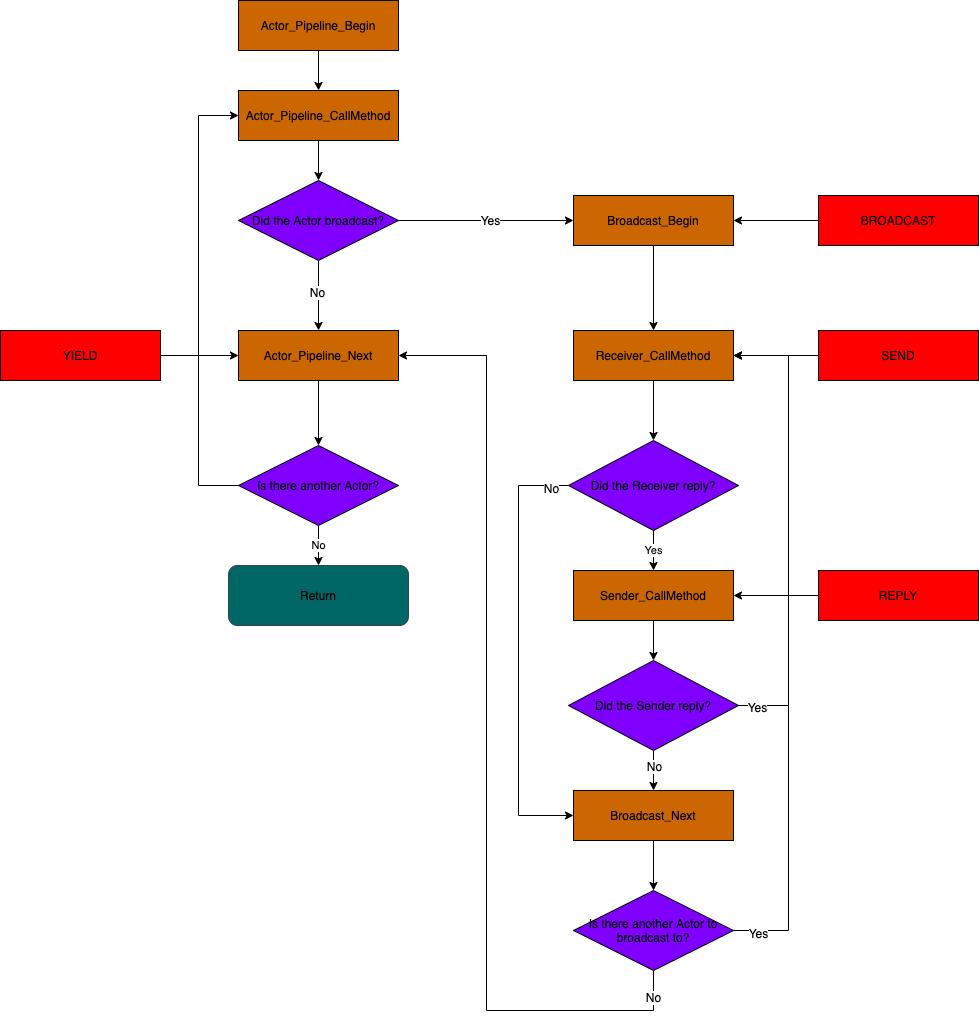
ploe/pulp keeps this draw.io diagram as docs/engine/actor-pipeline-method.png. Above is the earlier version. Source tidied: cells renumbered, new cells last; positions are measured from the earlier drawing's top-left corner, leaving out a move shared by most shapes.
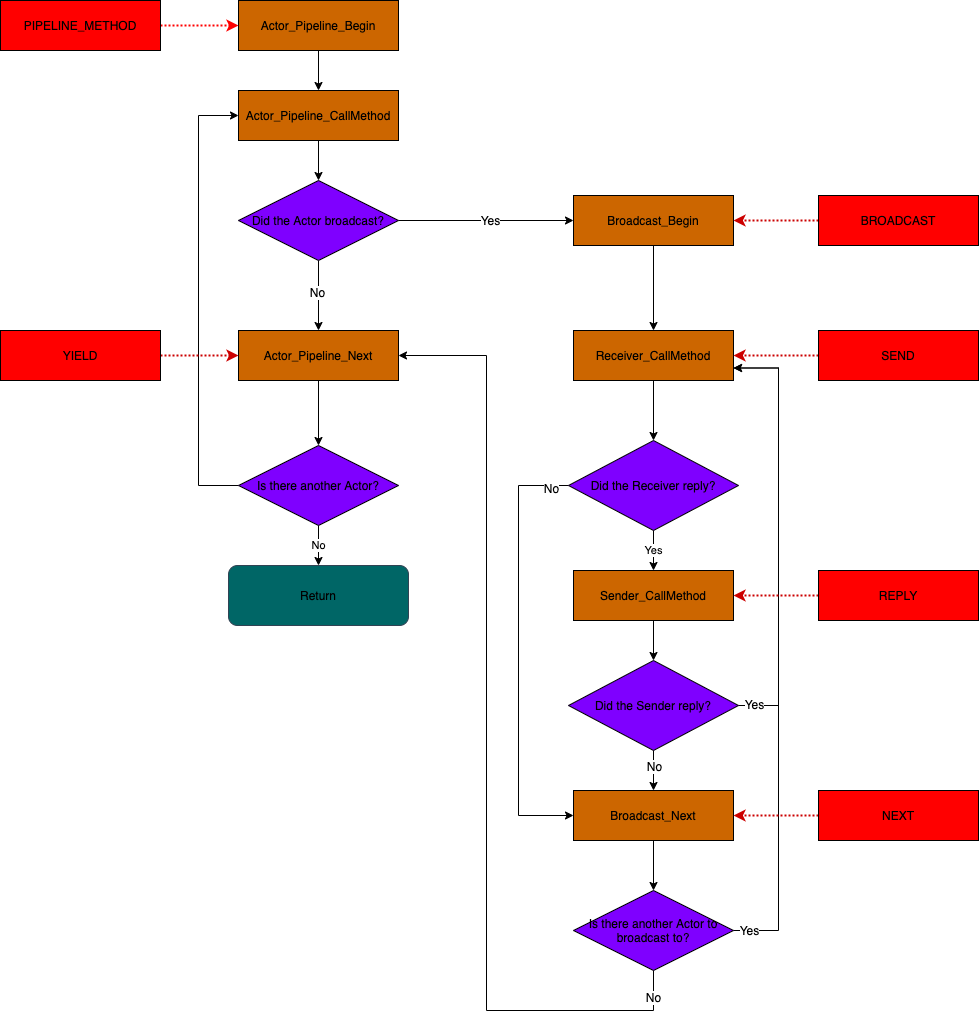
Above is the later version.

Commit message:
[WIP] Added NEXT/PIPELINE_METHOD boxes to diagram

What changed in the source:
```diff
@@ -87,23 +87,23 @@
     <mxCell id="26" value="Sender_CallMethod" style="rounded=0;whiteSpace=wrap;html=1;fillColor=#CC6600;" parent="1" vertex="1">
       <mxGeometry x="573" y="570" width="160" height="50" as="geometry" />
     </mxCell>
-    <mxCell id="27" style="edgeStyle=orthogonalEdgeStyle;rounded=0;jettySize=auto;html=1;exitX=1;exitY=0.5;exitDx=0;exitDy=0;entryX=1;entryY=0.5;entryDx=0;entryDy=0;fontColor=#000000;" parent="1" edge="1" source="31" target="20">
-      <mxGeometry relative="1" as="geometry">
-        <Array as="points">
-          <mxPoint x="788" y="705" />
-          <mxPoint x="788" y="355" />
-        </Array>
-      </mxGeometry>
-    </mxCell>
-    <mxCell id="28" value="Yes" style="text;html=1;align=center;verticalAlign=middle;labelBackgroundColor=#ffffff;fontColor=#000000;" parent="27" vertex="1">
-      <mxGeometry x="-0.92" y="-1" relative="1" as="geometry" />
-    </mxCell>
     <mxCell id="29" style="edgeStyle=orthogonalEdgeStyle;rounded=0;jettySize=auto;html=1;exitX=0.5;exitY=1;exitDx=0;exitDy=0;entryX=0.5;entryY=0;entryDx=0;entryDy=0;fontColor=#000000;" parent="1" edge="1" source="31" target="33">
       <mxGeometry relative="1" as="geometry" />
     </mxCell>
     <mxCell id="30" value="No" style="text;html=1;align=center;verticalAlign=middle;labelBackgroundColor=#ffffff;fontColor=#000000;" parent="29" vertex="1">
       <mxGeometry x="-0.25" relative="1" as="geometry" />
     </mxCell>
+    <mxCell id="27" style="edgeStyle=orthogonalEdgeStyle;rounded=0;jettySize=auto;html=1;exitX=1;exitY=0.5;exitDx=0;exitDy=0;entryX=1;entryY=0.75;entryDx=0;entryDy=0;strokeColor=#000000;strokeWidth=1;" parent="1" edge="1" source="31" target="20">
+      <mxGeometry relative="1" as="geometry">
+        <Array as="points">
+          <mxPoint x="778" y="705" />
+          <mxPoint x="778" y="368" />
+        </Array>
+      </mxGeometry>
+    </mxCell>
+    <mxCell id="47" value="Yes" style="text;html=1;align=center;verticalAlign=middle;labelBackgroundColor=#ffffff;" parent="27" vertex="1">
+      <mxGeometry x="-0.93" y="2" relative="1" as="geometry" />
+    </mxCell>
     <mxCell id="31" value="Did the Sender reply?" style="rhombus;whiteSpace=wrap;html=1;fillColor=#7F00FF;" parent="1" vertex="1">
       <mxGeometry x="568" y="660" width="170" height="90" as="geometry" />
     </mxCell>
@@ -125,43 +125,55 @@
     <mxCell id="35" value="No" style="text;html=1;align=center;verticalAlign=middle;labelBackgroundColor=#ffffff;fontColor=#000000;" parent="34" vertex="1">
       <mxGeometry x="-0.95" y="-1" relative="1" as="geometry" />
     </mxCell>
-    <mxCell id="36" style="edgeStyle=orthogonalEdgeStyle;rounded=0;jettySize=auto;html=1;exitX=1;exitY=0.5;exitDx=0;exitDy=0;entryX=1;entryY=0.5;entryDx=0;entryDy=0;fontColor=#000000;" parent="1" edge="1" source="38" target="20">
+    <mxCell id="36" style="edgeStyle=orthogonalEdgeStyle;rounded=0;jettySize=auto;html=1;exitX=1;exitY=0.5;exitDx=0;exitDy=0;entryX=1;entryY=0.75;entryDx=0;entryDy=0;strokeColor=#000000;strokeWidth=1;" parent="1" edge="1" source="38" target="20">
       <mxGeometry relative="1" as="geometry">
         <Array as="points">
-          <mxPoint x="788" y="930" />
-          <mxPoint x="788" y="355" />
+          <mxPoint x="778" y="930" />
+          <mxPoint x="778" y="368" />
         </Array>
       </mxGeometry>
     </mxCell>
-    <mxCell id="37" value="Yes" style="text;html=1;align=center;verticalAlign=middle;labelBackgroundColor=#ffffff;fontColor=#000000;" parent="36" vertex="1">
-      <mxGeometry x="-0.93" y="-2" relative="1" as="geometry" />
-    </mxCell>
+    <mxCell id="48" value="Yes" style="text;html=1;align=center;verticalAlign=middle;labelBackgroundColor=#ffffff;" parent="36" vertex="1">
+      <mxGeometry x="-0.95" y="1" relative="1" as="geometry" />
+    </mxCell>
     <mxCell id="38" value="Is there another Actor to broadcast to?" style="rhombus;whiteSpace=wrap;html=1;fillColor=#7F00FF;" parent="1" vertex="1">
       <mxGeometry x="573" y="890" width="160" height="80" as="geometry" />
     </mxCell>
-    <mxCell id="39" style="edgeStyle=orthogonalEdgeStyle;rounded=0;jettySize=auto;html=1;exitX=1;exitY=0.5;exitDx=0;exitDy=0;entryX=0;entryY=0.5;entryDx=0;entryDy=0;" parent="1" edge="1" source="40" target="7">
+    <mxCell id="39" style="edgeStyle=orthogonalEdgeStyle;rounded=0;jettySize=auto;html=1;exitX=1;exitY=0.5;exitDx=0;exitDy=0;entryX=0;entryY=0.5;entryDx=0;entryDy=0;strokeWidth=2;dashed=1;dashPattern=1 1;strokeColor=#CC0000;" parent="1" edge="1" source="40" target="7">
       <mxGeometry relative="1" as="geometry" />
     </mxCell>
     <mxCell id="40" value="YIELD" style="rounded=0;whiteSpace=wrap;html=1;fillColor=#FF0000;" parent="1" vertex="1">
       <mxGeometry y="330" width="160" height="50" as="geometry" />
     </mxCell>
-    <mxCell id="41" style="edgeStyle=orthogonalEdgeStyle;rounded=0;jettySize=auto;html=1;exitX=0;exitY=0.5;exitDx=0;exitDy=0;" parent="1" edge="1" source="42" target="20">
+    <mxCell id="41" style="edgeStyle=orthogonalEdgeStyle;rounded=0;jettySize=auto;html=1;exitX=0;exitY=0.5;exitDx=0;exitDy=0;strokeWidth=2;dashed=1;dashPattern=1 1;strokeColor=#CC0000;" parent="1" edge="1" source="42" target="20">
       <mxGeometry relative="1" as="geometry" />
     </mxCell>
     <mxCell id="42" value="SEND" style="rounded=0;whiteSpace=wrap;html=1;fillColor=#FF0000;" parent="1" vertex="1">
       <mxGeometry x="818" y="330" width="160" height="50" as="geometry" />
     </mxCell>
-    <mxCell id="43" style="edgeStyle=orthogonalEdgeStyle;rounded=0;jettySize=auto;html=1;exitX=0;exitY=0.5;exitDx=0;exitDy=0;entryX=1;entryY=0.5;entryDx=0;entryDy=0;" parent="1" edge="1" source="44" target="26">
+    <mxCell id="43" style="edgeStyle=orthogonalEdgeStyle;rounded=0;jettySize=auto;html=1;exitX=0;exitY=0.5;exitDx=0;exitDy=0;entryX=1;entryY=0.5;entryDx=0;entryDy=0;strokeWidth=2;dashed=1;dashPattern=1 1;strokeColor=#CC0000;" parent="1" edge="1" source="44" target="26">
       <mxGeometry relative="1" as="geometry" />
     </mxCell>
     <mxCell id="44" value="REPLY" style="rounded=0;whiteSpace=wrap;html=1;fillColor=#FF0000;" parent="1" vertex="1">
       <mxGeometry x="818" y="570" width="160" height="50" as="geometry" />
     </mxCell>
-    <mxCell id="45" style="edgeStyle=orthogonalEdgeStyle;rounded=0;jettySize=auto;html=1;exitX=0;exitY=0.5;exitDx=0;exitDy=0;entryX=1;entryY=0.5;entryDx=0;entryDy=0;" parent="1" edge="1" source="46" target="18">
+    <mxCell id="45" style="edgeStyle=orthogonalEdgeStyle;rounded=0;jettySize=auto;html=1;exitX=0;exitY=0.5;exitDx=0;exitDy=0;entryX=1;entryY=0.5;entryDx=0;entryDy=0;strokeWidth=2;dashed=1;dashPattern=1 1;strokeColor=#CC0000;" parent="1" edge="1" source="46" target="18">
       <mxGeometry relative="1" as="geometry" />
     </mxCell>
     <mxCell id="46" value="BROADCAST" style="rounded=0;whiteSpace=wrap;html=1;fillColor=#FF0000;" parent="1" vertex="1">
       <mxGeometry x="818" y="195" width="160" height="50" as="geometry" />
     </mxCell>
+    <mxCell id="49" style="edgeStyle=orthogonalEdgeStyle;rounded=0;jettySize=auto;html=1;exitX=1;exitY=0.5;exitDx=0;exitDy=0;entryX=0;entryY=0.5;entryDx=0;entryDy=0;strokeColor=#FF0000;strokeWidth=2;dashed=1;dashPattern=1 1;" parent="1" edge="1" source="50" target="3">
+      <mxGeometry relative="1" as="geometry" />
+    </mxCell>
+    <mxCell id="50" value="PIPELINE_METHOD" style="rounded=0;whiteSpace=wrap;html=1;fillColor=#FF0000;" parent="1" vertex="1">
+      <mxGeometry width="160" height="50" as="geometry" />
+    </mxCell>
+    <mxCell id="51" style="edgeStyle=orthogonalEdgeStyle;rounded=0;jettySize=auto;html=1;exitX=0;exitY=0.5;exitDx=0;exitDy=0;entryX=1;entryY=0.5;entryDx=0;entryDy=0;strokeColor=#CC0000;strokeWidth=2;dashed=1;dashPattern=1 1;" parent="1" edge="1" source="52" target="33">
+      <mxGeometry relative="1" as="geometry" />
+    </mxCell>
+    <mxCell id="52" value="NEXT" style="rounded=0;whiteSpace=wrap;html=1;fillColor=#FF0000;" parent="1" vertex="1">
+      <mxGeometry x="818" y="790" width="160" height="50" as="geometry" />
+    </mxCell>
   </root>
 </mxGraphModel>
```
